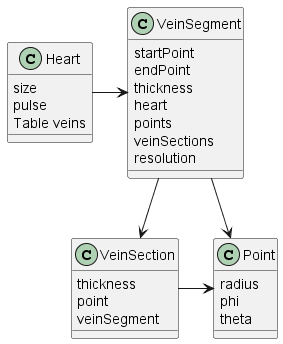
The PlantUML diagram classDiagram.png in caetanope/angio3d, before a commit. Its diagram source:
```plantuml
@startuml "classDiagram"

class Heart{
    size
    pulse
    Table veins
}

class Point{
    radius
    phi
    theta
}

class VeinSegment{
    startPoint
    endPoint
    thickness
    heart
    points
    veinSections
    resolution
}

class VeinSection{
    thickness
    point
    veinSegment
}

Heart -right-> VeinSegment
VeinSegment -down-> Point
VeinSegment -down-> VeinSection
VeinSection -right-> Point

@enduml
```
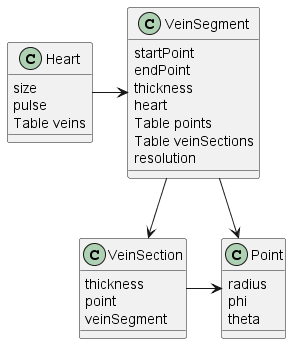
Above is the later version.

Change to the diagram source:
```diff
@@ -17,8 +17,8 @@
     endPoint
     thickness
     heart
-    points
-    veinSections
+    Table points
+    Table veinSections
     resolution
 }
 
```
